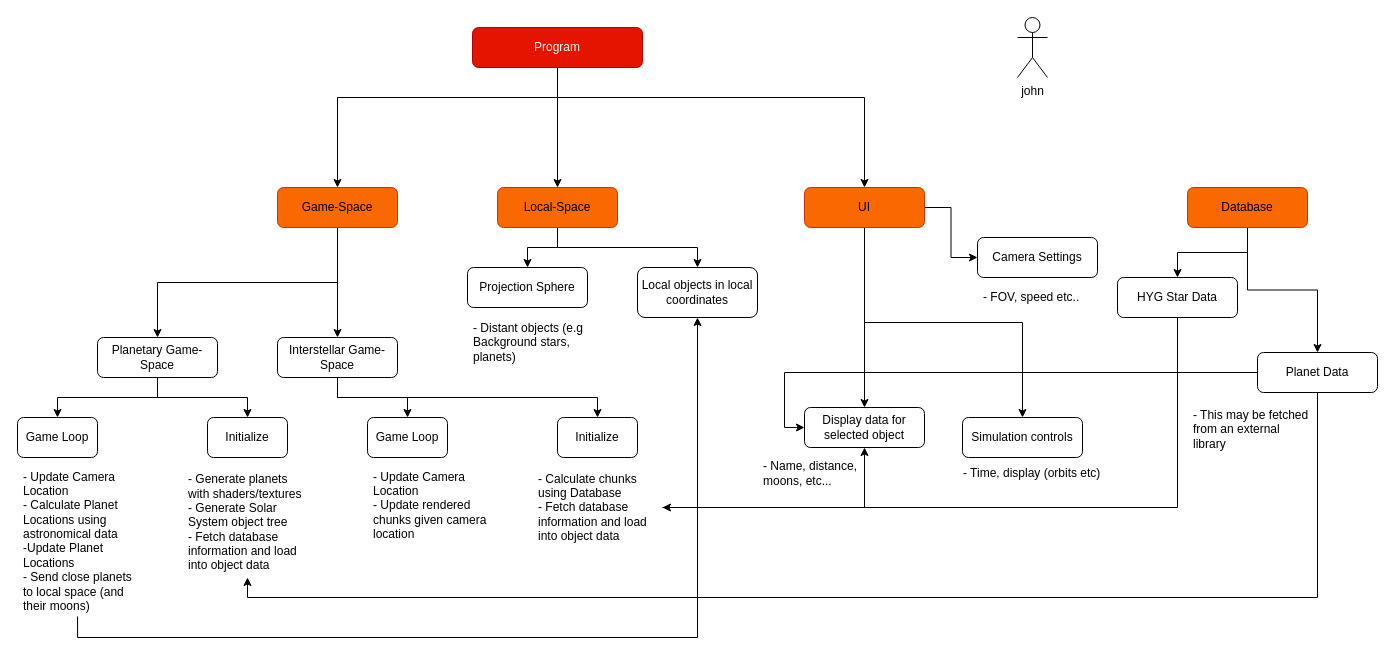
Above: diagram.drawio in zoravar-s/panda3d-keplerian-physsim (draw.io), before the change. Source tidied: cells renumbered, new cells numbered last; positions are measured from the earlier drawing's top-left corner, leaving out a move shared by most shapes. Both pictures are drawn from the tidied source at 100%, with x=0, y=0 at pixel (17, 17).
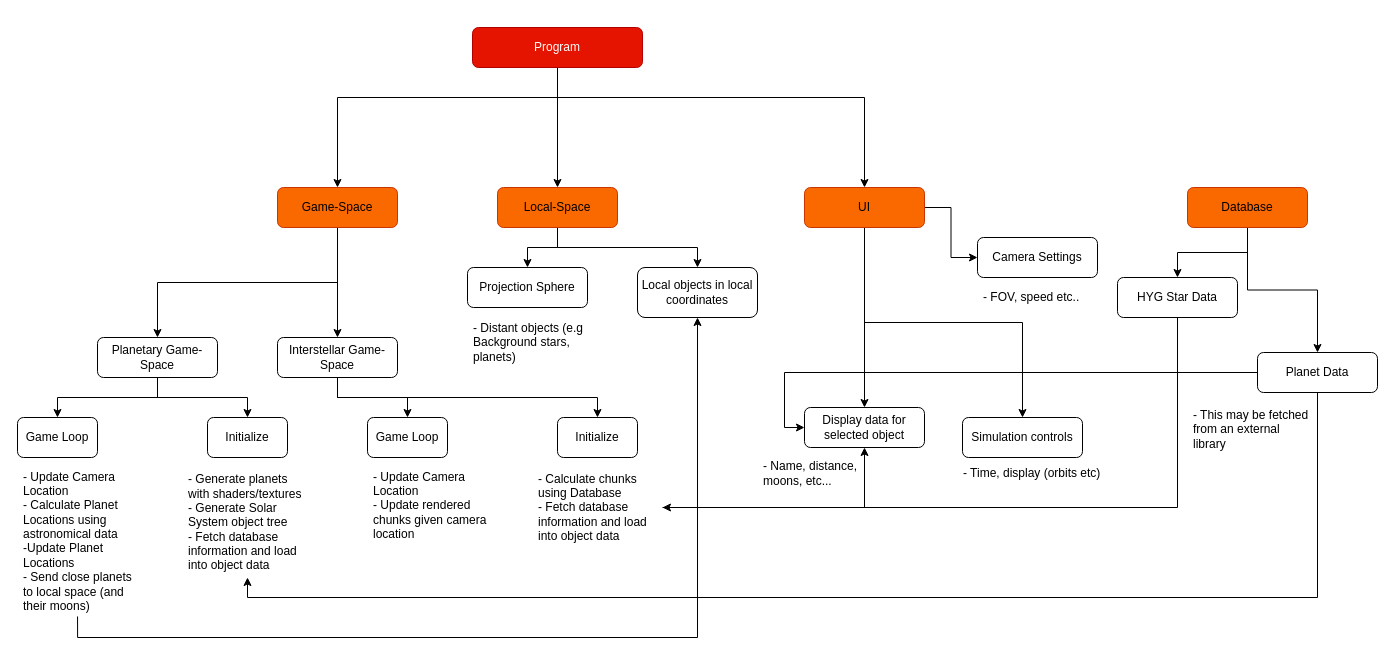
Above is the later version.

The edit, as a diff of the source:
```diff
@@
-    <mxCell id="50" value="john" style="shape=umlActor;verticalLabelPosition=bottom;verticalAlign=top;html=1;" parent="1" vertex="1">
-      <mxGeometry x="1000" width="30" height="60" as="geometry" />
-    </mxCell>
```
